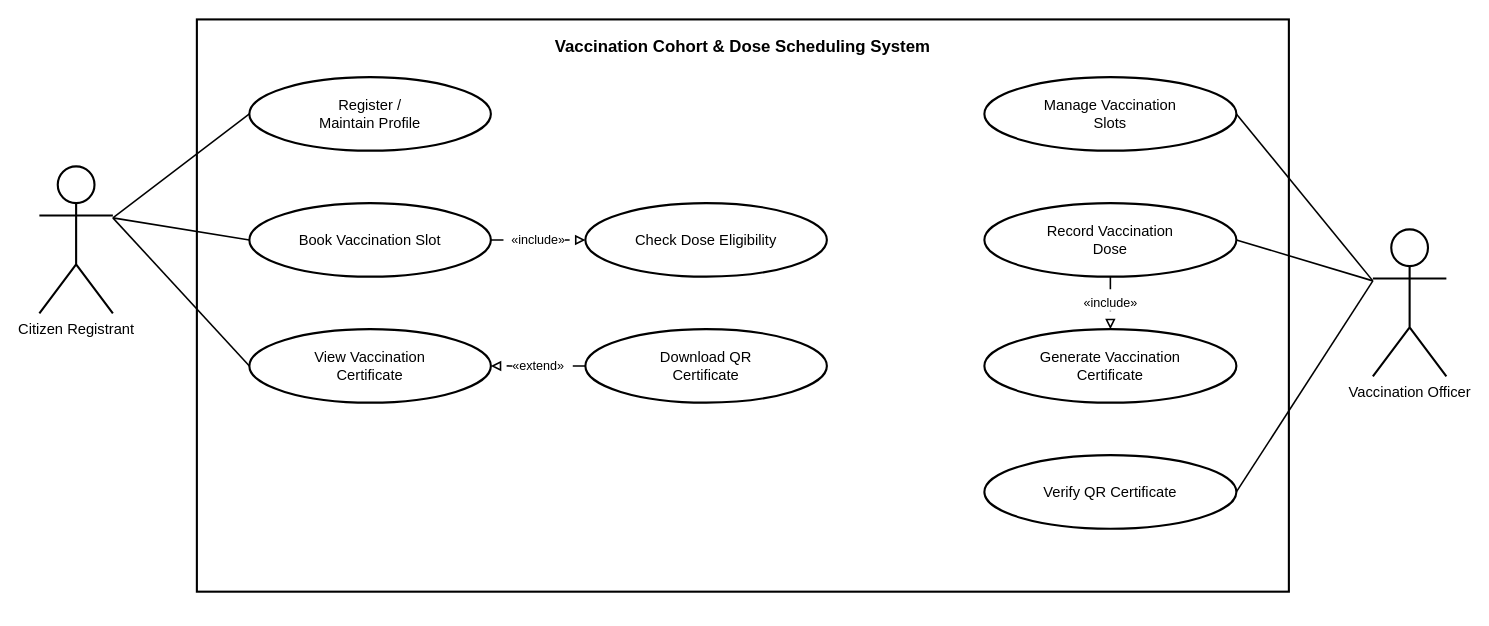
This is uml/use-case-diagram.drawio from Darshanpawar7/SE-Lab1, a draw.io file, before an edit. Source tidied: cells renumbered, new cells numbered last; positions are measured from the earlier drawing's top-left corner, leaving out a move shared by most shapes. Both pictures are drawn from the tidied source at 105%, with x=0, y=0 at pixel (39, 19).
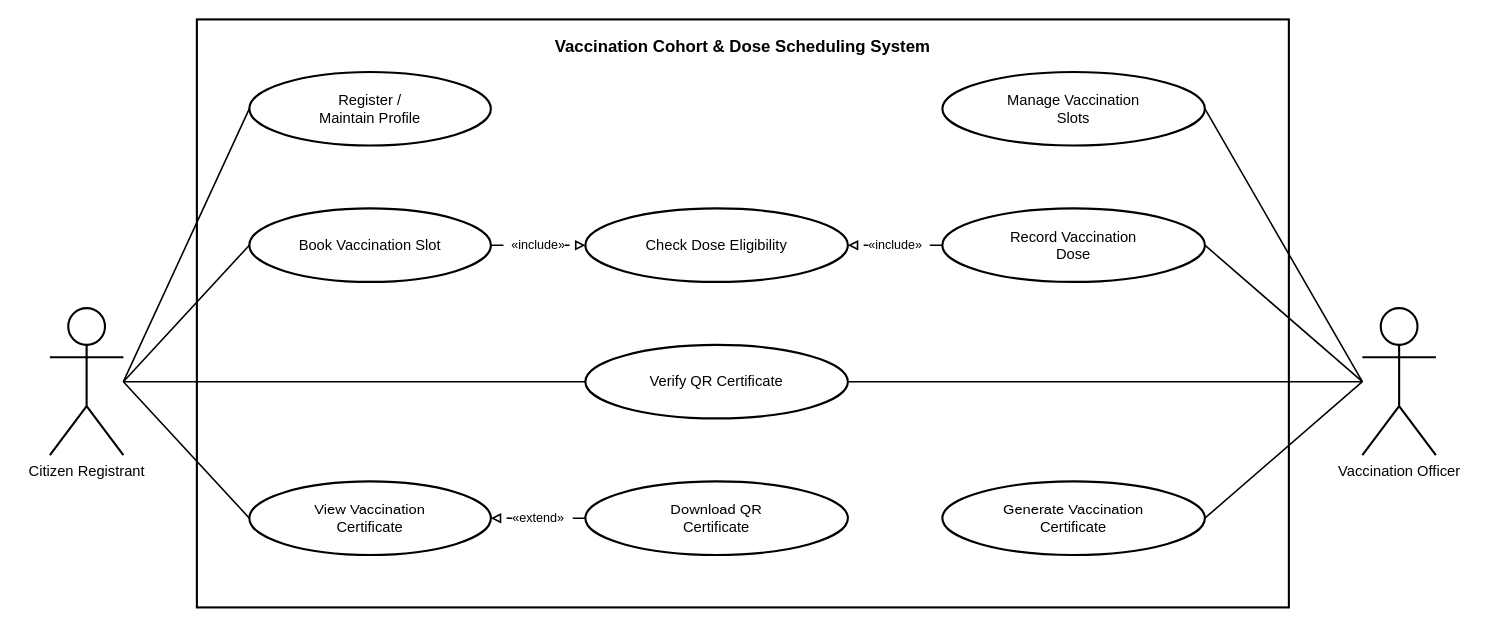
After the change.

Commit message (it also covers changes not shown here):
uml: connect the two actors' use cases into one model

The edit, as a diff of the source:
```diff
@@
     <mxCell id="2" value="Vaccination Cohort &amp;amp; Dose Scheduling System" style="rounded=0;whiteSpace=wrap;html=1;fillColor=none;strokeColor=#000000;strokeWidth=2;verticalAlign=top;align=center;fontSize=16;fontStyle=1;spacingTop=10;fontColor=#000000;" parent="1" vertex="1">
-      <mxGeometry x="150" width="1040" height="545" as="geometry" />
+      <mxGeometry x="150" width="1040" height="560" as="geometry" />
     </mxCell>
     <mxCell id="3" value="Citizen Registrant" style="shape=umlActor;verticalLabelPosition=bottom;verticalAlign=top;html=1;outlineConnect=0;fontSize=14;strokeWidth=2;strokeColor=#000000;fillColor=#FFFFFF;" parent="1" vertex="1">
-      <mxGeometry y="140" width="70" height="140" as="geometry" />
+      <mxGeometry x="10" y="275" width="70" height="140" as="geometry" />
     </mxCell>
     <mxCell id="4" value="Vaccination Officer" style="shape=umlActor;verticalLabelPosition=bottom;verticalAlign=top;html=1;outlineConnect=0;fontSize=14;strokeWidth=2;strokeColor=#000000;fillColor=#FFFFFF;" parent="1" vertex="1">
-      <mxGeometry x="1270" y="200" width="70" height="140" as="geometry" />
+      <mxGeometry x="1260" y="275" width="70" height="140" as="geometry" />
     </mxCell>
     <mxCell id="5" value="Register /&#10;Maintain Profile" style="ellipse;whiteSpace=wrap;html=1;fillColor=#FFFFFF;strokeColor=#000000;strokeWidth=2;fontSize=14;fontColor=#000000;" parent="1" vertex="1">
-      <mxGeometry x="200" y="55" width="230" height="70" as="geometry" />
+      <mxGeometry x="200" y="50" width="230" height="70" as="geometry" />
     </mxCell>
     <mxCell id="6" value="Book Vaccination Slot" style="ellipse;whiteSpace=wrap;html=1;fillColor=#FFFFFF;strokeColor=#000000;strokeWidth=2;fontSize=14;fontColor=#000000;" parent="1" vertex="1">
-      <mxGeometry x="200" y="175" width="230" height="70" as="geometry" />
+      <mxGeometry x="200" y="180" width="230" height="70" as="geometry" />
     </mxCell>
     <mxCell id="7" value="View Vaccination&#10;Certificate" style="ellipse;whiteSpace=wrap;html=1;fillColor=#FFFFFF;strokeColor=#000000;strokeWidth=2;fontSize=14;fontColor=#000000;" parent="1" vertex="1">
-      <mxGeometry x="200" y="295" width="230" height="70" as="geometry" />
+      <mxGeometry x="200" y="440" width="230" height="70" as="geometry" />
     </mxCell>
     <mxCell id="8" value="Check Dose Eligibility" style="ellipse;whiteSpace=wrap;html=1;fillColor=#FFFFFF;strokeColor=#000000;strokeWidth=2;fontSize=14;fontColor=#000000;" parent="1" vertex="1">
-      <mxGeometry x="520" y="175" width="230" height="70" as="geometry" />
+      <mxGeometry x="520" y="180" width="250" height="70" as="geometry" />
     </mxCell>
+    <mxCell id="10" value="Verify QR Certificate" style="ellipse;whiteSpace=wrap;html=1;fillColor=#FFFFFF;strokeColor=#000000;strokeWidth=2;fontSize=14;fontColor=#000000;" parent="1" vertex="1">
+      <mxGeometry x="520" y="310" width="250" height="70" as="geometry" />
+    </mxCell>
     <mxCell id="9" value="Download QR&#10;Certificate" style="ellipse;whiteSpace=wrap;html=1;fillColor=#FFFFFF;strokeColor=#000000;strokeWidth=2;fontSize=14;fontColor=#000000;" parent="1" vertex="1">
-      <mxGeometry x="520" y="295" width="230" height="70" as="geometry" />
+      <mxGeometry x="520" y="440" width="250" height="70" as="geometry" />
     </mxCell>
-    <mxCell id="10" value="Manage Vaccination&#10;Slots" style="ellipse;whiteSpace=wrap;html=1;fillColor=#FFFFFF;strokeColor=#000000;strokeWidth=2;fontSize=14;fontColor=#000000;" parent="1" vertex="1">
-      <mxGeometry x="900" y="55" width="240" height="70" as="geometry" />
-    </mxCell>
-    <mxCell id="11" value="Record Vaccination&#10;Dose" style="ellipse;whiteSpace=wrap;html=1;fillColor=#FFFFFF;strokeColor=#000000;strokeWidth=2;fontSize=14;fontColor=#000000;" parent="1" vertex="1">
-      <mxGeometry x="900" y="175" width="240" height="70" as="geometry" />
+    <mxCell id="11" value="Manage Vaccination&#10;Slots" style="ellipse;whiteSpace=wrap;html=1;fillColor=#FFFFFF;strokeColor=#000000;strokeWidth=2;fontSize=14;fontColor=#000000;" parent="1" vertex="1">
+      <mxGeometry x="860" y="50" width="250" height="70" as="geometry" />
     </mxCell>
-    <mxCell id="12" value="Generate Vaccination&#10;Certificate" style="ellipse;whiteSpace=wrap;html=1;fillColor=#FFFFFF;strokeColor=#000000;strokeWidth=2;fontSize=14;fontColor=#000000;" parent="1" vertex="1">
-      <mxGeometry x="900" y="295" width="240" height="70" as="geometry" />
+    <mxCell id="12" value="Record Vaccination&#10;Dose" style="ellipse;whiteSpace=wrap;html=1;fillColor=#FFFFFF;strokeColor=#000000;strokeWidth=2;fontSize=14;fontColor=#000000;" parent="1" vertex="1">
+      <mxGeometry x="860" y="180" width="250" height="70" as="geometry" />
     </mxCell>
-    <mxCell id="13" value="Verify QR Certificate" style="ellipse;whiteSpace=wrap;html=1;fillColor=#FFFFFF;strokeColor=#000000;strokeWidth=2;fontSize=14;fontColor=#000000;" parent="1" vertex="1">
-      <mxGeometry x="900" y="415" width="240" height="70" as="geometry" />
+    <mxCell id="13" value="Generate Vaccination&#10;Certificate" style="ellipse;whiteSpace=wrap;html=1;fillColor=#FFFFFF;strokeColor=#000000;strokeWidth=2;fontSize=14;fontColor=#000000;" parent="1" vertex="1">
+      <mxGeometry x="860" y="440" width="250" height="70" as="geometry" />
     </mxCell>
-    <mxCell id="14" style="html=1;endArrow=none;strokeWidth=1.5;strokeColor=#000000;exitX=1;exitY=0.35;exitDx=0;exitDy=0;entryX=0;entryY=0.5;entryDx=0;entryDy=0;" parent="1" edge="1" source="3" target="5">
+    <mxCell id="14" style="html=1;endArrow=none;strokeWidth=1.5;strokeColor=#000000;exitX=1;exitY=0.5;exitDx=0;exitDy=0;entryX=0;entryY=0.5;entryDx=0;entryDy=0;" parent="1" edge="1" source="3" target="5">
       <mxGeometry relative="1" as="geometry" />
     </mxCell>
-    <mxCell id="15" style="html=1;endArrow=none;strokeWidth=1.5;strokeColor=#000000;exitX=1;exitY=0.35;exitDx=0;exitDy=0;entryX=0;entryY=0.5;entryDx=0;entryDy=0;" parent="1" edge="1" source="3" target="6">
+    <mxCell id="15" style="html=1;endArrow=none;strokeWidth=1.5;strokeColor=#000000;exitX=1;exitY=0.5;exitDx=0;exitDy=0;entryX=0;entryY=0.5;entryDx=0;entryDy=0;" parent="1" edge="1" source="3" target="6">
       <mxGeometry relative="1" as="geometry" />
     </mxCell>
-    <mxCell id="16" style="html=1;endArrow=none;strokeWidth=1.5;strokeColor=#000000;exitX=1;exitY=0.35;exitDx=0;exitDy=0;entryX=0;entryY=0.5;entryDx=0;entryDy=0;" parent="1" edge="1" source="3" target="7">
+    <mxCell id="16" style="html=1;endArrow=none;strokeWidth=1.5;strokeColor=#000000;exitX=1;exitY=0.5;exitDx=0;exitDy=0;entryX=0;entryY=0.5;entryDx=0;entryDy=0;" parent="1" edge="1" source="3" target="7">
       <mxGeometry relative="1" as="geometry" />
     </mxCell>
-    <mxCell id="17" style="html=1;endArrow=none;strokeWidth=1.5;strokeColor=#000000;exitX=0;exitY=0.35;exitDx=0;exitDy=0;entryX=1;entryY=0.5;entryDx=0;entryDy=0;" parent="1" edge="1" source="4" target="10">
+    <mxCell id="17" style="html=1;endArrow=none;strokeWidth=1.5;strokeColor=#000000;exitX=1;exitY=0.5;exitDx=0;exitDy=0;entryX=0;entryY=0.5;entryDx=0;entryDy=0;" parent="1" edge="1" source="3" target="10">
       <mxGeometry relative="1" as="geometry" />
     </mxCell>
-    <mxCell id="18" style="html=1;endArrow=none;strokeWidth=1.5;strokeColor=#000000;exitX=0;exitY=0.35;exitDx=0;exitDy=0;entryX=1;entryY=0.5;entryDx=0;entryDy=0;" parent="1" edge="1" source="4" target="11">
+    <mxCell id="18" style="html=1;endArrow=none;strokeWidth=1.5;strokeColor=#000000;exitX=0;exitY=0.5;exitDx=0;exitDy=0;entryX=1;entryY=0.5;entryDx=0;entryDy=0;" parent="1" edge="1" source="4" target="10">
       <mxGeometry relative="1" as="geometry" />
     </mxCell>
-    <mxCell id="19" style="html=1;endArrow=none;strokeWidth=1.5;strokeColor=#000000;exitX=0;exitY=0.35;exitDx=0;exitDy=0;entryX=1;entryY=0.5;entryDx=0;entryDy=0;" parent="1" edge="1" source="4" target="13">
+    <mxCell id="19" style="html=1;endArrow=none;strokeWidth=1.5;strokeColor=#000000;exitX=0;exitY=0.5;exitDx=0;exitDy=0;entryX=1;entryY=0.5;entryDx=0;entryDy=0;" parent="1" edge="1" source="4" target="11">
       <mxGeometry relative="1" as="geometry" />
     </mxCell>
+    <mxCell id="23" style="html=1;endArrow=none;strokeWidth=1.5;strokeColor=#000000;exitX=0;exitY=0.5;exitDx=0;exitDy=0;entryX=1;entryY=0.5;entryDx=0;entryDy=0;" parent="1" edge="1" source="4" target="12">
+      <mxGeometry relative="1" as="geometry" />
+    </mxCell>
+    <mxCell id="24" style="html=1;endArrow=none;strokeWidth=1.5;strokeColor=#000000;exitX=0;exitY=0.5;exitDx=0;exitDy=0;entryX=1;entryY=0.5;entryDx=0;entryDy=0;" parent="1" edge="1" source="4" target="13">
+      <mxGeometry relative="1" as="geometry" />
+    </mxCell>
@@
-    <mxCell id="21" value="«include»" style="html=1;dashed=1;dashPattern=8 6;endArrow=block;endFill=0;strokeWidth=1.5;strokeColor=#000000;fontSize=12;labelBackgroundColor=#FFFFFF;exitX=0.5;exitY=1;exitDx=0;exitDy=0;entryX=0.5;entryY=0;entryDx=0;entryDy=0;" parent="1" edge="1" source="11" target="12">
+    <mxCell id="21" value="«include»" style="html=1;dashed=1;dashPattern=8 6;endArrow=block;endFill=0;strokeWidth=1.5;strokeColor=#000000;fontSize=12;labelBackgroundColor=#FFFFFF;exitX=0;exitY=0.5;exitDx=0;exitDy=0;entryX=1;entryY=0.5;entryDx=0;entryDy=0;" parent="1" edge="1" source="12" target="8">
       <mxGeometry relative="1" as="geometry" />
     </mxCell>
```
